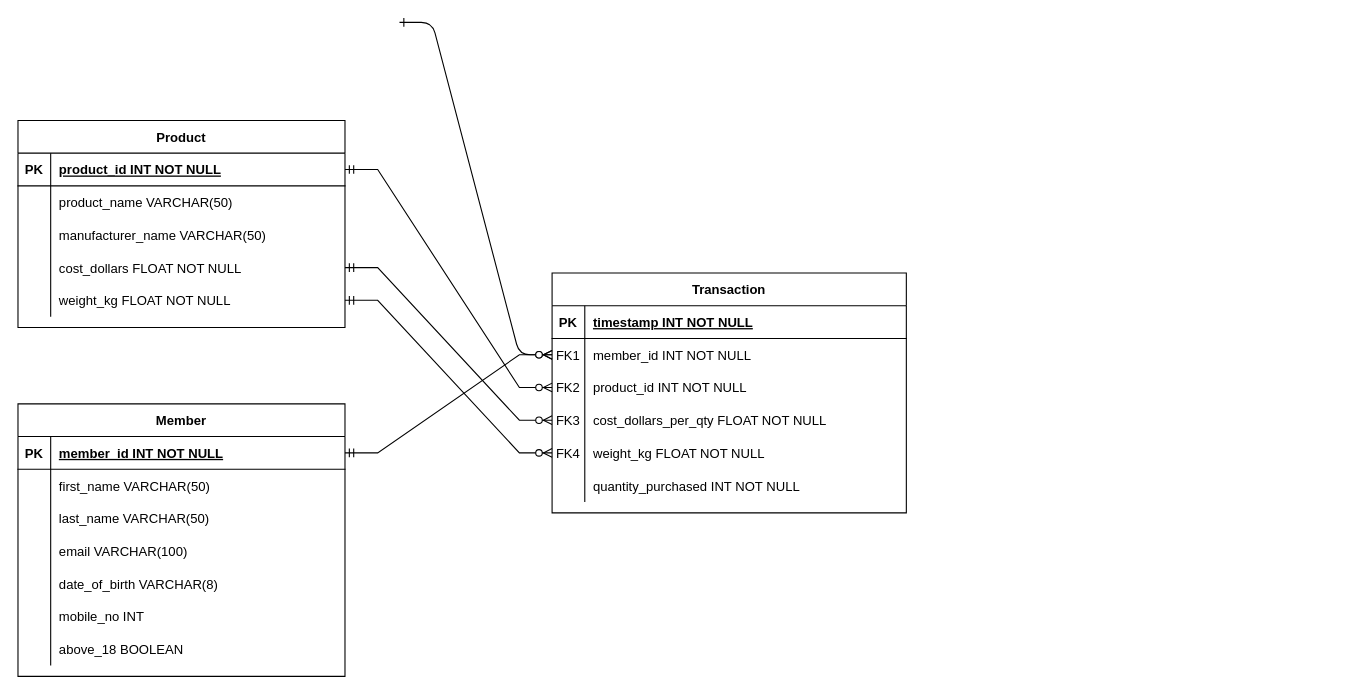
This is section2/ER_diagram.drawio from g-lilian/Data-Engineer-Tech-Challenge, a draw.io file, before an edit. Source tidied: cells renumbered, new cells numbered last; positions are measured from the earlier drawing's top-left corner, leaving out a move shared by most shapes. Both pictures are drawn from the tidied source at 109%, with x=0, y=0 at pixel (17, 22).
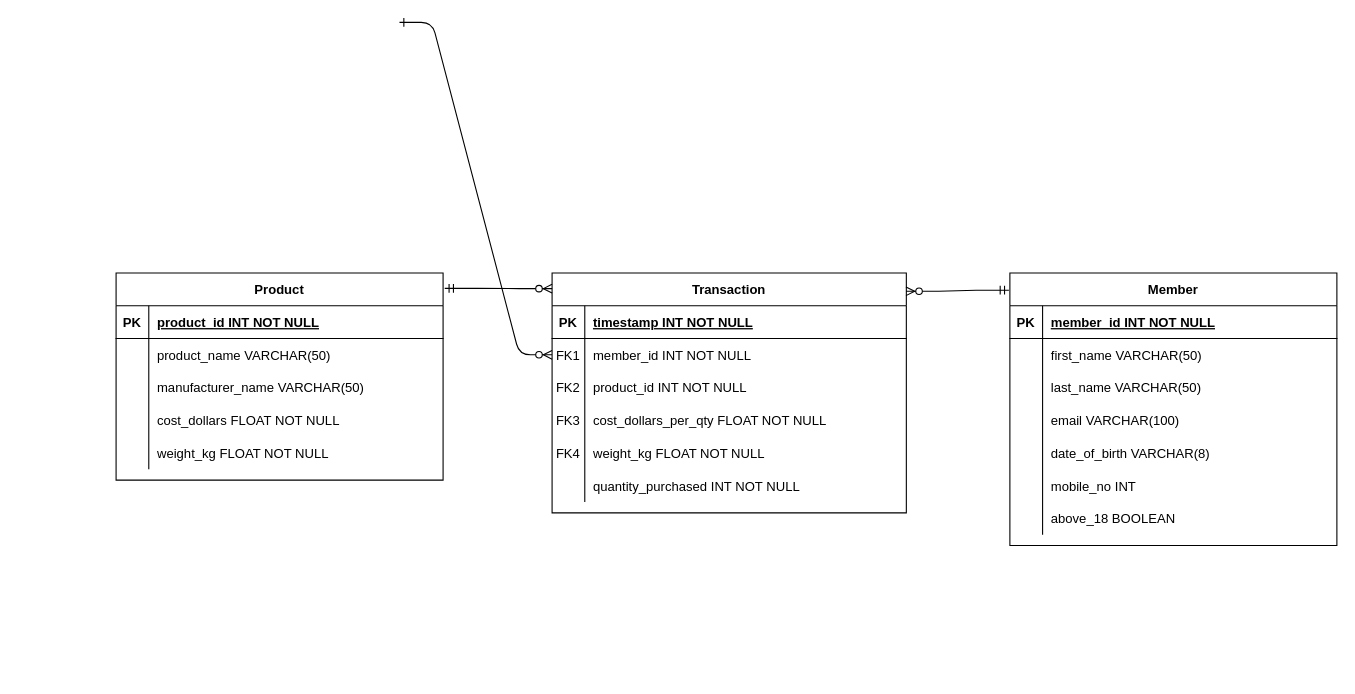
The same diagram, later.

Commit message (it also covers changes not shown here):
Add sql queries, update ER diagram

The change refers to these unchanged cells:
```xml
<mxCell id="3" value="Transaction" style="shape=table;startSize=30;childLayout=tableLayout;rowLines=0;fontStyle=1;align=center;" parent="1" vertex="1">
  <mxGeometry x="490" y="230" width="325" height="220" as="geometry" />
</mxCell>
<mxCell id="7" style="shape=partialRectangle;fillColor=none;points=[[0,0.5],[1,0.5]];portConstraint=eastwest;top=0;left=0;right=0;bottom=0;" parent="3" vertex="1">
  <mxGeometry y="60" width="325" height="30" as="geometry" />
</mxCell>
<mxCell id="10" style="shape=partialRectangle;fillColor=none;points=[[0,0.5],[1,0.5]];portConstraint=eastwest;top=0;left=0;right=0;bottom=0;" parent="3" vertex="1">
  <mxGeometry y="90" width="325" height="30" as="geometry" />
</mxCell>
<mxCell id="13" style="shape=partialRectangle;fillColor=none;points=[[0,0.5],[1,0.5]];portConstraint=eastwest;top=0;left=0;right=0;bottom=0;" parent="3" vertex="1">
  <mxGeometry y="120" width="325" height="30" as="geometry" />
</mxCell>
<mxCell id="16" style="shape=partialRectangle;fillColor=none;points=[[0,0.5],[1,0.5]];portConstraint=eastwest;top=0;left=0;right=0;bottom=0;" parent="3" vertex="1">
  <mxGeometry y="150" width="325" height="30" as="geometry" />
</mxCell>
<mxCell id="23" style="shape=partialRectangle;fillColor=none;points=[[0,0.5],[1,0.5]];portConstraint=eastwest;top=0;left=0;right=0;bottom=1;" parent="22" vertex="1">
  <mxGeometry y="30" width="300" height="30" as="geometry" />
</mxCell>
<mxCell id="32" style="shape=partialRectangle;fillColor=none;points=[[0,0.5],[1,0.5]];portConstraint=eastwest;top=0;left=0;right=0;bottom=0;" parent="22" vertex="1">
  <mxGeometry y="120" width="300" height="30" as="geometry" />
</mxCell>
<mxCell id="35" style="shape=partialRectangle;fillColor=none;points=[[0,0.5],[1,0.5]];portConstraint=eastwest;top=0;left=0;right=0;bottom=0;" parent="22" vertex="1">
  <mxGeometry y="150" width="300" height="30" as="geometry" />
</mxCell>
<mxCell id="39" style="shape=partialRectangle;fillColor=none;points=[[0,0.5],[1,0.5]];portConstraint=eastwest;top=0;left=0;right=0;bottom=1;" parent="38" vertex="1">
  <mxGeometry y="30" width="300" height="30" as="geometry" />
</mxCell>
```

Diff of the diagram source:
```diff
@@
     <mxCell id="22" value="Product" style="shape=table;startSize=30;childLayout=tableLayout;rowLines=0;fontStyle=1;align=center;" parent="1" vertex="1">
-      <mxGeometry y="90" width="300" height="190" as="geometry" />
+      <mxGeometry x="90" y="230" width="300" height="190" as="geometry" />
     </mxCell>
@@
     <mxCell id="38" value="Member" style="shape=table;startSize=30;childLayout=tableLayout;rowLines=0;fontStyle=1;align=center;" parent="1" vertex="1">
-      <mxGeometry y="350" width="300" height="250" as="geometry" />
+      <mxGeometry x="910" y="230" width="300" height="250" as="geometry" />
     </mxCell>
@@
-    <mxCell id="60" style="edgeStyle=entityRelationEdgeStyle;fontSize=12;html=1;endArrow=ERzeroToMany;startArrow=ERmandOne;rounded=0;exitX=1;exitY=0.5;exitDx=0;exitDy=0;" parent="1" edge="1" source="23" target="10">
-      <mxGeometry relative="1" as="geometry" />
-    </mxCell>
-    <mxCell id="61" style="edgeStyle=entityRelationEdgeStyle;fontSize=12;html=1;endArrow=ERzeroToMany;startArrow=ERmandOne;rounded=0;exitX=1;exitY=0.5;exitDx=0;exitDy=0;entryX=0;entryY=0.5;entryDx=0;entryDy=0;" parent="1" edge="1" source="32" target="13">
-      <mxGeometry relative="1" as="geometry" />
-    </mxCell>
-    <mxCell id="62" style="edgeStyle=entityRelationEdgeStyle;fontSize=12;html=1;endArrow=ERzeroToMany;startArrow=ERmandOne;rounded=0;exitX=1;exitY=0.5;exitDx=0;exitDy=0;entryX=0;entryY=0.5;entryDx=0;entryDy=0;" parent="1" edge="1" source="35" target="16">
-      <mxGeometry relative="1" as="geometry" />
-    </mxCell>
-    <mxCell id="63" style="edgeStyle=entityRelationEdgeStyle;fontSize=12;html=1;endArrow=ERzeroToMany;startArrow=ERmandOne;rounded=0;exitX=1;exitY=0.5;exitDx=0;exitDy=0;entryX=0;entryY=0.5;entryDx=0;entryDy=0;" parent="1" edge="1" source="39" target="7">
-      <mxGeometry relative="1" as="geometry" />
-    </mxCell>
+    <mxCell id="64" style="edgeStyle=entityRelationEdgeStyle;fontSize=12;html=1;endArrow=ERzeroToMany;startArrow=ERmandOne;rounded=0;exitX=-0.003;exitY=0.063;exitDx=0;exitDy=0;exitPerimeter=0;entryX=0.999;entryY=0.076;entryDx=0;entryDy=0;entryPerimeter=0;" parent="1" edge="1" source="38" target="3">
+      <mxGeometry relative="1" as="geometry" />
+    </mxCell>
+    <mxCell id="65" style="edgeStyle=entityRelationEdgeStyle;fontSize=12;html=1;endArrow=ERzeroToMany;startArrow=ERmandOne;rounded=0;exitX=1.005;exitY=0.074;exitDx=0;exitDy=0;exitPerimeter=0;entryX=0;entryY=0.065;entryDx=0;entryDy=0;entryPerimeter=0;" parent="1" edge="1" source="22" target="3">
+      <mxGeometry relative="1" as="geometry" />
+    </mxCell>
```
